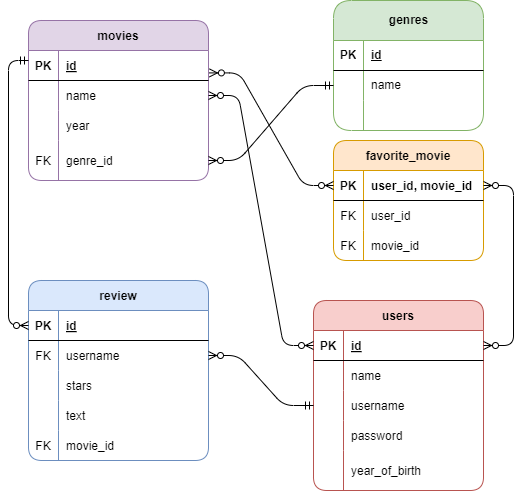
Above: database_design/Database_ER.drawio.png in hamalainenhanna/Movie_service (draw.io), before the change. Source tidied: cells renumbered, new cells last; positions are measured from the earlier drawing's top-left corner, leaving out a move shared by most shapes.
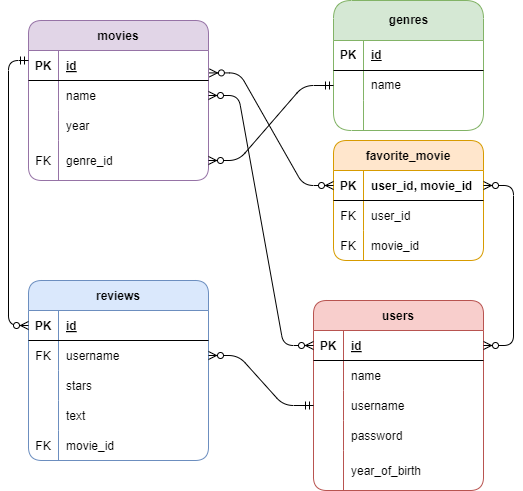
Above is the later version.

Diff of the diagram source:
```diff
@@ -89,7 +89,7 @@
     <mxCell id="30" value="genre_id" style="shape=partialRectangle;overflow=hidden;fillColor=none;top=0;left=0;bottom=0;right=0;align=left;spacingLeft=6;rounded=1;" parent="28" vertex="1">
       <mxGeometry x="30" width="150" height="40" as="geometry" />
     </mxCell>
-    <mxCell id="31" value="review" style="shape=table;startSize=30;rowLines=0;fontStyle=1;align=center;fillColor=#dae8fc;strokeColor=#6c8ebf;rounded=1;" parent="1" vertex="1">
+    <mxCell id="31" value="reviews" style="shape=table;startSize=30;rowLines=0;fontStyle=1;align=center;fillColor=#dae8fc;strokeColor=#6c8ebf;rounded=1;" parent="1" vertex="1">
       <mxGeometry x="20" y="285" width="180" height="180" as="geometry" />
     </mxCell>
     <mxCell id="32" style="shape=partialRectangle;fillColor=none;points=[[0,0.5],[1,0.5]];portConstraint=eastwest;top=0;left=0;right=0;bottom=1;rounded=1;" parent="31" vertex="1">
```
